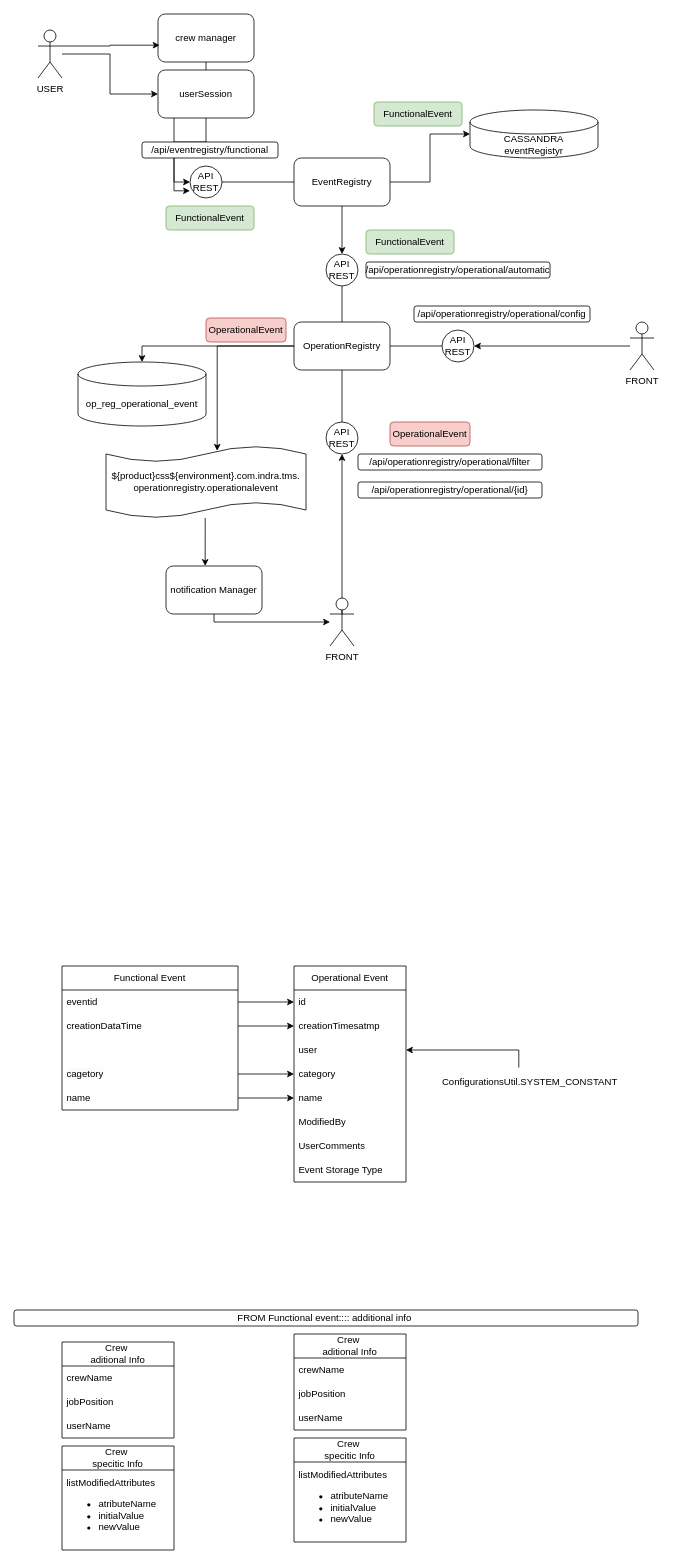
jeongon/DIAGRAMAS_TMS keeps this draw.io diagram as page "OperationRegistry" (23 of 23) of TMS_FEC_SIEMENS.drawio. Above is the earlier version. Source tidied: cells renumbered, new cells numbered last; positions are measured from the earlier drawing's top-left corner, leaving out a move shared by most shapes. Both pictures are drawn from the tidied source at 80%, with x=0, y=0 at pixel (14, 14).
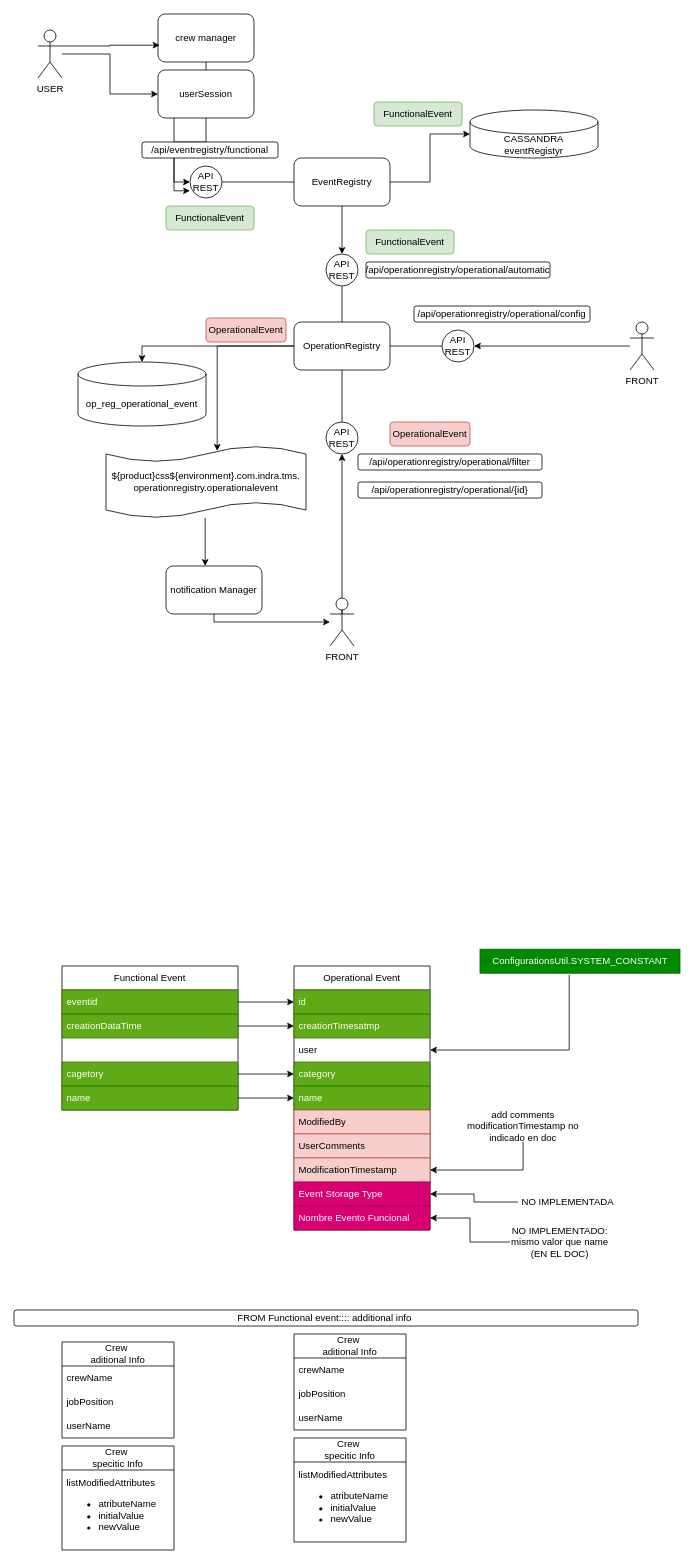
The same page after the edit.

Unchanged cells that the change refers to:
```xml
<mxCell id="44" value="Functional Event" style="swimlane;fontStyle=0;horizontal=1;startSize=30;whiteSpace=wrap;html=1;" parent="1" vertex="1">
  <mxGeometry x="60" y="1190" width="220" height="180" as="geometry" />
</mxCell>
```

What changed in the source:
```diff
@@
-    <mxCell id="45" value="eventid" style="text;strokeColor=none;fillColor=none;align=left;verticalAlign=middle;spacingLeft=4;spacingRight=4;overflow=hidden;points=[[0,0.5],[1,0.5]];portConstraint=eastwest;whiteSpace=wrap;html=1;" parent="44" vertex="1">
+    <mxCell id="45" value="eventid" style="text;strokeColor=#2D7600;fillColor=#60a917;align=left;verticalAlign=middle;spacingLeft=4;spacingRight=4;overflow=hidden;points=[[0,0.5],[1,0.5]];portConstraint=eastwest;whiteSpace=wrap;html=1;fontColor=#ffffff;" parent="44" vertex="1">
       <mxGeometry y="30" width="220" height="30" as="geometry" />
     </mxCell>
-    <mxCell id="46" value="creationDataTime" style="text;strokeColor=none;fillColor=none;align=left;verticalAlign=middle;spacingLeft=4;spacingRight=4;overflow=hidden;points=[[0,0.5],[1,0.5]];portConstraint=eastwest;whiteSpace=wrap;html=1;" parent="44" vertex="1">
+    <mxCell id="46" value="creationDataTime" style="text;strokeColor=#2D7600;fillColor=#60a917;align=left;verticalAlign=middle;spacingLeft=4;spacingRight=4;overflow=hidden;points=[[0,0.5],[1,0.5]];portConstraint=eastwest;whiteSpace=wrap;html=1;fontColor=#ffffff;" parent="44" vertex="1">
       <mxGeometry y="60" width="220" height="30" as="geometry" />
     </mxCell>
@@
-    <mxCell id="48" value="&lt;span style=&quot;color: rgb(0, 0, 0); font-family: Helvetica; font-size: 12px; font-style: normal; font-variant-ligatures: normal; font-variant-caps: normal; font-weight: 400; letter-spacing: normal; orphans: 2; text-align: left; text-indent: 0px; text-transform: none; widows: 2; word-spacing: 0px; -webkit-text-stroke-width: 0px; background-color: rgb(251, 251, 251); text-decoration-thickness: initial; text-decoration-style: initial; text-decoration-color: initial; float: none; display: inline !important;&quot;&gt;cagetory&lt;/span&gt;" style="text;strokeColor=none;fillColor=none;align=left;verticalAlign=middle;spacingLeft=4;spacingRight=4;overflow=hidden;points=[[0,0.5],[1,0.5]];portConstraint=eastwest;whiteSpace=wrap;html=1;" parent="44" vertex="1">
+    <mxCell id="48" value="&lt;span style=&quot;font-family: Helvetica; font-size: 12px; font-style: normal; font-variant-ligatures: normal; font-variant-caps: normal; font-weight: 400; letter-spacing: normal; orphans: 2; text-align: left; text-indent: 0px; text-transform: none; widows: 2; word-spacing: 0px; -webkit-text-stroke-width: 0px; text-decoration-thickness: initial; text-decoration-style: initial; text-decoration-color: initial; float: none; display: inline !important;&quot;&gt;cagetory&lt;/span&gt;" style="text;strokeColor=#2D7600;fillColor=#60a917;align=left;verticalAlign=middle;spacingLeft=4;spacingRight=4;overflow=hidden;points=[[0,0.5],[1,0.5]];portConstraint=eastwest;whiteSpace=wrap;html=1;fontColor=#ffffff;" parent="44" vertex="1">
       <mxGeometry y="120" width="220" height="30" as="geometry" />
     </mxCell>
-    <mxCell id="49" value="name" style="text;strokeColor=none;fillColor=none;align=left;verticalAlign=middle;spacingLeft=4;spacingRight=4;overflow=hidden;points=[[0,0.5],[1,0.5]];portConstraint=eastwest;whiteSpace=wrap;html=1;" parent="44" vertex="1">
+    <mxCell id="49" value="name" style="text;strokeColor=#2D7600;fillColor=#60a917;align=left;verticalAlign=middle;spacingLeft=4;spacingRight=4;overflow=hidden;points=[[0,0.5],[1,0.5]];portConstraint=eastwest;whiteSpace=wrap;html=1;fontColor=#ffffff;" parent="44" vertex="1">
       <mxGeometry y="150" width="220" height="30" as="geometry" />
     </mxCell>
     <mxCell id="50" value="Operational Event" style="swimlane;fontStyle=0;horizontal=1;startSize=30;whiteSpace=wrap;html=1;" parent="1" vertex="1">
-      <mxGeometry x="350" y="1190" width="140" height="270" as="geometry" />
+      <mxGeometry x="350" y="1190" width="170" height="330" as="geometry" />
     </mxCell>
-    <mxCell id="51" value="id" style="text;strokeColor=none;fillColor=none;align=left;verticalAlign=middle;spacingLeft=4;spacingRight=4;overflow=hidden;points=[[0,0.5],[1,0.5]];portConstraint=eastwest;whiteSpace=wrap;html=1;" parent="50" vertex="1">
-      <mxGeometry y="30" width="140" height="30" as="geometry" />
+    <mxCell id="51" value="id" style="text;strokeColor=#2D7600;fillColor=#60a917;align=left;verticalAlign=middle;spacingLeft=4;spacingRight=4;overflow=hidden;points=[[0,0.5],[1,0.5]];portConstraint=eastwest;whiteSpace=wrap;html=1;fontColor=#ffffff;" parent="50" vertex="1">
+      <mxGeometry y="30" width="170" height="30" as="geometry" />
     </mxCell>
-    <mxCell id="52" value="creationTimesatmp" style="text;strokeColor=none;fillColor=none;align=left;verticalAlign=middle;spacingLeft=4;spacingRight=4;overflow=hidden;points=[[0,0.5],[1,0.5]];portConstraint=eastwest;whiteSpace=wrap;html=1;" parent="50" vertex="1">
-      <mxGeometry y="60" width="140" height="30" as="geometry" />
+    <mxCell id="52" value="creationTimesatmp" style="text;strokeColor=#2D7600;fillColor=#60a917;align=left;verticalAlign=middle;spacingLeft=4;spacingRight=4;overflow=hidden;points=[[0,0.5],[1,0.5]];portConstraint=eastwest;whiteSpace=wrap;html=1;fontColor=#ffffff;" parent="50" vertex="1">
+      <mxGeometry y="60" width="170" height="30" as="geometry" />
     </mxCell>
     <mxCell id="53" value="user" style="text;strokeColor=none;fillColor=none;align=left;verticalAlign=middle;spacingLeft=4;spacingRight=4;overflow=hidden;points=[[0,0.5],[1,0.5]];portConstraint=eastwest;whiteSpace=wrap;html=1;" parent="50" vertex="1">
-      <mxGeometry y="90" width="140" height="30" as="geometry" />
+      <mxGeometry y="90" width="170" height="30" as="geometry" />
     </mxCell>
-    <mxCell id="54" value="category" style="text;strokeColor=none;fillColor=none;align=left;verticalAlign=middle;spacingLeft=4;spacingRight=4;overflow=hidden;points=[[0,0.5],[1,0.5]];portConstraint=eastwest;whiteSpace=wrap;html=1;" parent="50" vertex="1">
-      <mxGeometry y="120" width="140" height="30" as="geometry" />
+    <mxCell id="54" value="category" style="text;strokeColor=#2D7600;fillColor=#60a917;align=left;verticalAlign=middle;spacingLeft=4;spacingRight=4;overflow=hidden;points=[[0,0.5],[1,0.5]];portConstraint=eastwest;whiteSpace=wrap;html=1;fontColor=#ffffff;" parent="50" vertex="1">
+      <mxGeometry y="120" width="170" height="30" as="geometry" />
     </mxCell>
-    <mxCell id="55" value="name" style="text;strokeColor=none;fillColor=none;align=left;verticalAlign=middle;spacingLeft=4;spacingRight=4;overflow=hidden;points=[[0,0.5],[1,0.5]];portConstraint=eastwest;whiteSpace=wrap;html=1;" parent="50" vertex="1">
-      <mxGeometry y="150" width="140" height="30" as="geometry" />
+    <mxCell id="55" value="name" style="text;strokeColor=#2D7600;fillColor=#60a917;align=left;verticalAlign=middle;spacingLeft=4;spacingRight=4;overflow=hidden;points=[[0,0.5],[1,0.5]];portConstraint=eastwest;whiteSpace=wrap;html=1;fontColor=#ffffff;" parent="50" vertex="1">
+      <mxGeometry y="150" width="170" height="30" as="geometry" />
     </mxCell>
-    <mxCell id="56" value="ModifiedBy" style="text;strokeColor=none;fillColor=none;align=left;verticalAlign=middle;spacingLeft=4;spacingRight=4;overflow=hidden;whiteSpace=wrap;html=1;" parent="50" vertex="1">
-      <mxGeometry y="180" width="140" height="30" as="geometry" />
+    <mxCell id="56" value="ModifiedBy" style="text;strokeColor=#b85450;fillColor=#f8cecc;align=left;verticalAlign=middle;spacingLeft=4;spacingRight=4;overflow=hidden;whiteSpace=wrap;html=1;" parent="50" vertex="1">
+      <mxGeometry y="180" width="170" height="30" as="geometry" />
     </mxCell>
-    <mxCell id="57" value="UserComments" style="text;strokeColor=none;fillColor=none;align=left;verticalAlign=middle;spacingLeft=4;spacingRight=4;overflow=hidden;whiteSpace=wrap;html=1;" parent="50" vertex="1">
-      <mxGeometry y="210" width="140" height="30" as="geometry" />
+    <mxCell id="57" value="UserComments" style="text;strokeColor=#b85450;fillColor=#f8cecc;align=left;verticalAlign=middle;spacingLeft=4;spacingRight=4;overflow=hidden;whiteSpace=wrap;html=1;" parent="50" vertex="1">
+      <mxGeometry y="210" width="170" height="30" as="geometry" />
     </mxCell>
+    <mxCell id="77" value="ModificationTimestamp" style="text;strokeColor=#b85450;fillColor=#f8cecc;align=left;verticalAlign=middle;spacingLeft=4;spacingRight=4;overflow=hidden;points=[[0,0.5],[1,0.5]];portConstraint=eastwest;whiteSpace=wrap;html=1;" parent="50" vertex="1">
+      <mxGeometry y="240" width="170" height="30" as="geometry" />
+    </mxCell>
-    <mxCell id="58" value="Event Storage Type" style="text;strokeColor=none;fillColor=none;align=left;verticalAlign=middle;spacingLeft=4;spacingRight=4;overflow=hidden;points=[[0,0.5],[1,0.5]];portConstraint=eastwest;whiteSpace=wrap;html=1;" parent="50" vertex="1">
-      <mxGeometry y="240" width="140" height="30" as="geometry" />
+    <mxCell id="58" value="Event Storage Type" style="text;strokeColor=#A50040;fillColor=#d80073;align=left;verticalAlign=middle;spacingLeft=4;spacingRight=4;overflow=hidden;points=[[0,0.5],[1,0.5]];portConstraint=eastwest;whiteSpace=wrap;html=1;fontColor=#ffffff;" parent="50" vertex="1">
+      <mxGeometry y="270" width="170" height="30" as="geometry" />
     </mxCell>
+    <mxCell id="78" value="Nombre Evento Funcional" style="text;strokeColor=#A50040;fillColor=#d80073;align=left;verticalAlign=middle;spacingLeft=4;spacingRight=4;overflow=hidden;points=[[0,0.5],[1,0.5]];portConstraint=eastwest;whiteSpace=wrap;html=1;fontColor=#ffffff;" parent="50" vertex="1">
+      <mxGeometry y="300" width="170" height="30" as="geometry" />
+    </mxCell>
-    <mxCell id="59" style="edgeStyle=orthogonalEdgeStyle;rounded=0;jettySize=auto;html=1;exitX=0.444;exitY=-0.1;exitDx=0;exitDy=0;exitPerimeter=0;" parent="1" edge="1" source="60" target="53">
+    <mxCell id="59" style="edgeStyle=orthogonalEdgeStyle;rounded=0;jettySize=auto;html=1;exitX=0.446;exitY=1.067;exitDx=0;exitDy=0;exitPerimeter=0;" parent="1" edge="1" source="60" target="53">
       <mxGeometry relative="1" as="geometry" />
     </mxCell>
-    <mxCell id="60" value="ConfigurationsUtil.SYSTEM_CONSTANT" style="text;html=1;strokeColor=none;fillColor=none;align=center;verticalAlign=middle;whiteSpace=wrap;rounded=0;" parent="1" vertex="1">
-      <mxGeometry x="520" y="1320" width="250" height="30" as="geometry" />
+    <mxCell id="60" value="ConfigurationsUtil.SYSTEM_CONSTANT" style="text;html=1;strokeColor=#005700;fillColor=#008a00;align=center;verticalAlign=middle;whiteSpace=wrap;rounded=0;fontColor=#ffffff;" parent="1" vertex="1">
+      <mxGeometry x="582.5" y="1169" width="250" height="30" as="geometry" />
     </mxCell>
@@
+    <mxCell id="79" style="edgeStyle=orthogonalEdgeStyle;rounded=0;jettySize=auto;html=1;" parent="1" edge="1" source="80" target="58">
+      <mxGeometry relative="1" as="geometry" />
+    </mxCell>
+    <mxCell id="80" value="NO IMPLEMENTADA" style="text;html=1;strokeColor=none;fillColor=none;align=center;verticalAlign=middle;whiteSpace=wrap;rounded=0;" parent="1" vertex="1">
+      <mxGeometry x="630" y="1470" width="125" height="30" as="geometry" />
+    </mxCell>
+    <mxCell id="81" style="edgeStyle=orthogonalEdgeStyle;rounded=0;jettySize=auto;html=1;" parent="1" edge="1" source="82" target="78">
+      <mxGeometry relative="1" as="geometry" />
+    </mxCell>
+    <mxCell id="82" value="NO IMPLEMENTADO:&lt;br&gt;mismo valor que name (EN EL DOC)" style="text;html=1;strokeColor=none;fillColor=none;align=center;verticalAlign=middle;whiteSpace=wrap;rounded=0;" parent="1" vertex="1">
+      <mxGeometry x="620" y="1520" width="125" height="30" as="geometry" />
+    </mxCell>
+    <mxCell id="83" style="edgeStyle=orthogonalEdgeStyle;rounded=0;jettySize=auto;html=1;" parent="1" edge="1" source="84" target="77">
+      <mxGeometry relative="1" as="geometry" />
+    </mxCell>
+    <mxCell id="84" value="add comments&lt;br&gt;modificationTimestamp no indicado en doc" style="text;html=1;strokeColor=none;fillColor=none;align=center;verticalAlign=middle;whiteSpace=wrap;rounded=0;" parent="1" vertex="1">
+      <mxGeometry x="560" y="1370" width="152.5" height="40" as="geometry" />
+    </mxCell>
```
